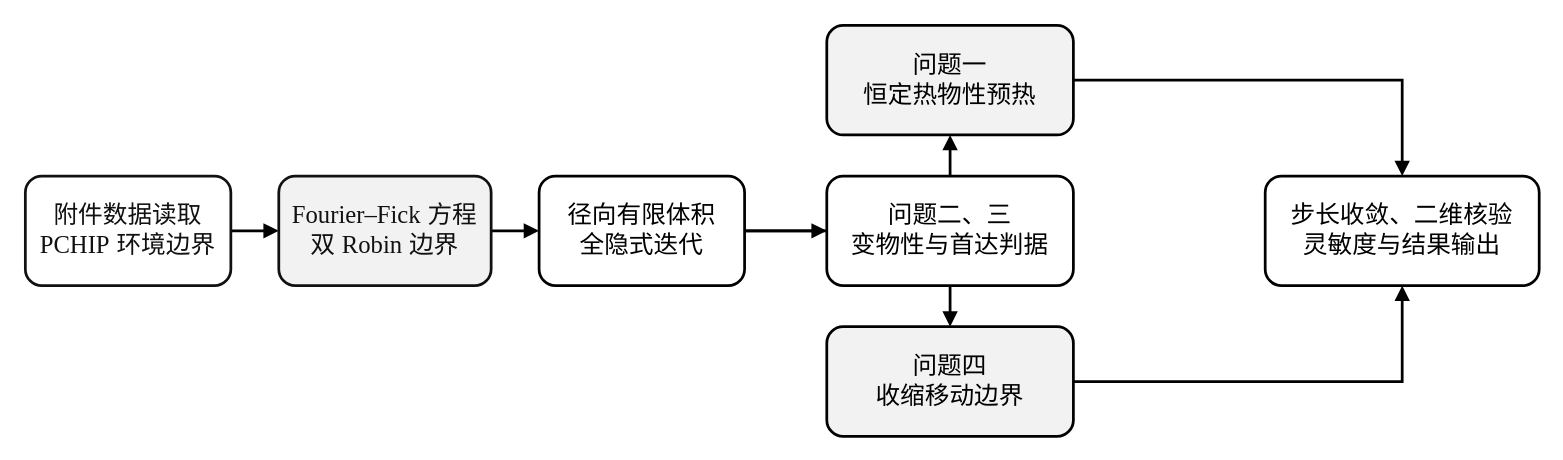
Before: CUMCM2026Problems/A题/drawio/overall_roadmap.drawio in Ruan-WH/26mathmodel, a draw.io diagram. Source tidied: cells renumbered, new cells numbered last; positions are measured from the earlier drawing's top-left corner, leaving out a move shared by most shapes. Both pictures are drawn from the tidied source at 137%, with x=0, y=0 at pixel (25, 25).
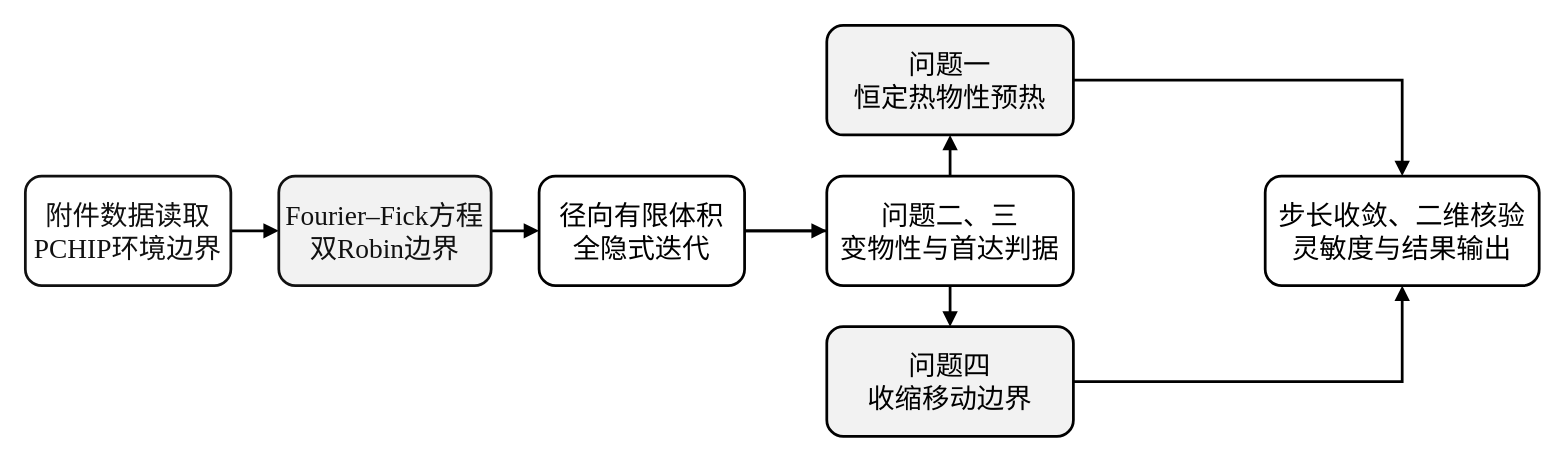
The same page after the edit.

What changed in the source:
```diff
@@
 <mxGraphModel>
   <root>
     <mxCell id="0" />
     <mxCell id="1" parent="0" />
     <mxCell id="2" style="edgeStyle=orthogonalEdgeStyle;rounded=0;jettySize=auto;html=1;endArrow=block;endFill=1;strokeWidth=2;strokeColor=#000000;" parent="1" edge="1" source="7" target="8">
       <mxGeometry relative="1" as="geometry" />
     </mxCell>
     <mxCell id="3" style="edgeStyle=orthogonalEdgeStyle;rounded=0;jettySize=auto;html=1;endArrow=block;endFill=1;strokeWidth=2;strokeColor=#000000;" parent="1" edge="1" source="8" target="9">
       <mxGeometry relative="1" as="geometry" />
     </mxCell>
     <mxCell id="4" style="edgeStyle=orthogonalEdgeStyle;rounded=0;jettySize=auto;html=1;endArrow=block;endFill=1;strokeWidth=2;strokeColor=#000000;" parent="1" edge="1" source="9" target="10">
       <mxGeometry relative="1" as="geometry" />
     </mxCell>
     <mxCell id="5" style="edgeStyle=orthogonalEdgeStyle;rounded=0;jettySize=auto;html=1;endArrow=block;endFill=1;strokeWidth=2;strokeColor=#000000;" parent="1" edge="1" source="10" target="15">
       <mxGeometry relative="1" as="geometry" />
     </mxCell>
     <mxCell id="6" style="edgeStyle=orthogonalEdgeStyle;rounded=0;jettySize=auto;html=1;endArrow=block;endFill=1;strokeWidth=2;strokeColor=#000000;" parent="1" edge="1" source="11" target="12">
       <mxGeometry relative="1" as="geometry" />
     </mxCell>
-    <mxCell id="7" value="&lt;font face=&quot;SimSun&quot;&gt;附件数据读取&lt;/font&gt;&lt;br&gt;&lt;font face=&quot;Times New Roman&quot;&gt;PCHIP&lt;/font&gt;&lt;font face=&quot;SimSun&quot;&gt; 环境边界&lt;/font&gt;" style="rounded=1;arcSize=15;whiteSpace=wrap;html=1;strokeColor=#111111;strokeWidth=2;fillColor=#ffffff;fontFamily=SimSun;fontSize=18;fontColor=#111111;" parent="1" vertex="1">
+    <mxCell id="7" value="&lt;font face=&quot;SimSun&quot;&gt;附件数据读取&lt;/font&gt;&lt;br&gt;&lt;font face=&quot;Times New Roman&quot;&gt;PCHIP&lt;/font&gt;&lt;font face=&quot;SimSun&quot;&gt;环境边界&lt;/font&gt;" style="rounded=1;arcSize=15;whiteSpace=wrap;html=1;strokeColor=#111111;strokeWidth=2;fillColor=#ffffff;fontFamily=SimSun;fontSize=20;fontColor=#111111;" parent="1" vertex="1">
       <mxGeometry y="110" width="150" height="80" as="geometry" />
     </mxCell>
-    <mxCell id="8" value="&lt;font face=&quot;Times New Roman&quot;&gt;Fourier–Fick&lt;/font&gt;&lt;font face=&quot;SimSun&quot;&gt; 方程&lt;/font&gt;&lt;br&gt;&lt;font face=&quot;SimSun&quot;&gt;双 &lt;/font&gt;&lt;font face=&quot;Times New Roman&quot;&gt;Robin&lt;/font&gt;&lt;font face=&quot;SimSun&quot;&gt; 边界&lt;/font&gt;" style="rounded=1;arcSize=15;whiteSpace=wrap;html=1;strokeColor=#111111;strokeWidth=2;fillColor=#f2f2f2;fontFamily=SimSun;fontSize=18;fontColor=#111111;" parent="1" vertex="1">
+    <mxCell id="8" value="&lt;font face=&quot;Times New Roman&quot;&gt;Fourier–Fick&lt;/font&gt;&lt;font face=&quot;SimSun&quot;&gt;方程&lt;/font&gt;&lt;br&gt;&lt;font face=&quot;SimSun&quot;&gt;双&lt;/font&gt;&lt;font face=&quot;Times New Roman&quot;&gt;Robin&lt;/font&gt;&lt;font face=&quot;SimSun&quot;&gt;边界&lt;/font&gt;" style="rounded=1;arcSize=15;whiteSpace=wrap;html=1;strokeColor=#111111;strokeWidth=2;fillColor=#f2f2f2;fontFamily=SimSun;fontSize=20;fontColor=#111111;" parent="1" vertex="1">
       <mxGeometry x="185" y="110" width="155" height="80" as="geometry" />
     </mxCell>
-    <mxCell id="9" value="径向有限体积&#10;全隐式迭代" style="rounded=1;arcSize=15;whiteSpace=wrap;html=1;strokeColor=#000000;strokeWidth=2;fillColor=#ffffff;fontFamily=SimSun;fontSize=18;fontColor=#000000;" parent="1" vertex="1">
+    <mxCell id="9" value="径向有限体积&#10;全隐式迭代" style="rounded=1;arcSize=15;whiteSpace=wrap;html=1;strokeColor=#000000;strokeWidth=2;fillColor=#ffffff;fontFamily=SimSun;fontSize=20;fontColor=#000000;" parent="1" vertex="1">
       <mxGeometry x="375" y="110" width="150" height="80" as="geometry" />
     </mxCell>
-    <mxCell id="10" value="问题一&#10;恒定热物性预热" style="rounded=1;arcSize=15;whiteSpace=wrap;html=1;strokeColor=#000000;strokeWidth=2;fillColor=#f2f2f2;fontFamily=SimSun;fontSize=18;fontColor=#000000;" parent="1" vertex="1">
+    <mxCell id="10" value="问题一&#10;恒定热物性预热" style="rounded=1;arcSize=15;whiteSpace=wrap;html=1;strokeColor=#000000;strokeWidth=2;fillColor=#f2f2f2;fontFamily=SimSun;fontSize=20;fontColor=#000000;" parent="1" vertex="1">
       <mxGeometry x="585" width="180" height="80" as="geometry" />
     </mxCell>
-    <mxCell id="11" value="问题二、三&#10;变物性与首达判据" style="rounded=1;arcSize=15;whiteSpace=wrap;html=1;strokeColor=#000000;strokeWidth=2;fillColor=#ffffff;fontFamily=SimSun;fontSize=18;fontColor=#000000;" parent="1" vertex="1">
+    <mxCell id="11" value="问题二、三&#10;变物性与首达判据" style="rounded=1;arcSize=15;whiteSpace=wrap;html=1;strokeColor=#000000;strokeWidth=2;fillColor=#ffffff;fontFamily=SimSun;fontSize=20;fontColor=#000000;" parent="1" vertex="1">
       <mxGeometry x="585" y="110" width="180" height="80" as="geometry" />
     </mxCell>
-    <mxCell id="12" value="问题四&#10;收缩移动边界" style="rounded=1;arcSize=15;whiteSpace=wrap;html=1;strokeColor=#000000;strokeWidth=2;fillColor=#f2f2f2;fontFamily=SimSun;fontSize=18;fontColor=#000000;" parent="1" vertex="1">
+    <mxCell id="12" value="问题四&#10;收缩移动边界" style="rounded=1;arcSize=15;whiteSpace=wrap;html=1;strokeColor=#000000;strokeWidth=2;fillColor=#f2f2f2;fontFamily=SimSun;fontSize=20;fontColor=#000000;" parent="1" vertex="1">
       <mxGeometry x="585" y="220" width="180" height="80" as="geometry" />
     </mxCell>
     <mxCell id="13" style="edgeStyle=orthogonalEdgeStyle;rounded=0;jettySize=auto;html=1;endArrow=block;endFill=1;strokeWidth=2;strokeColor=#000000;" parent="1" edge="1" source="9" target="11">
       <mxGeometry relative="1" as="geometry" />
     </mxCell>
     <mxCell id="14" style="edgeStyle=orthogonalEdgeStyle;rounded=0;jettySize=auto;html=1;endArrow=block;endFill=1;strokeWidth=2;strokeColor=#000000;" parent="1" edge="1" source="12" target="15">
       <mxGeometry relative="1" as="geometry" />
     </mxCell>
-    <mxCell id="15" value="步长收敛、二维核验&#10;灵敏度与结果输出" style="rounded=1;arcSize=15;whiteSpace=wrap;html=1;strokeColor=#000000;strokeWidth=2;fillColor=#ffffff;fontFamily=SimSun;fontSize=18;fontColor=#000000;" parent="1" vertex="1">
+    <mxCell id="15" value="步长收敛、二维核验&#10;灵敏度与结果输出" style="rounded=1;arcSize=15;whiteSpace=wrap;html=1;strokeColor=#000000;strokeWidth=2;fillColor=#ffffff;fontFamily=SimSun;fontSize=20;fontColor=#000000;" parent="1" vertex="1">
       <mxGeometry x="905" y="110" width="200" height="80" as="geometry" />
     </mxCell>
   </root>
 </mxGraphModel>
```
